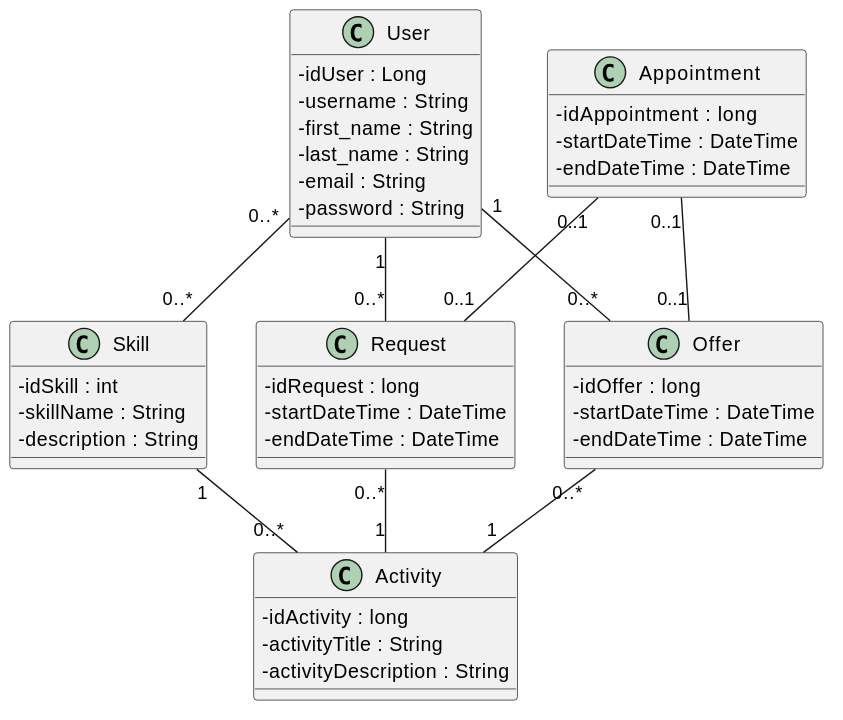
Earlier version of the PlantUML export Modelisation/02_CLASS_DIAGRAM/02_Class_Digram.svg (albanmartel/SkillsExchange).
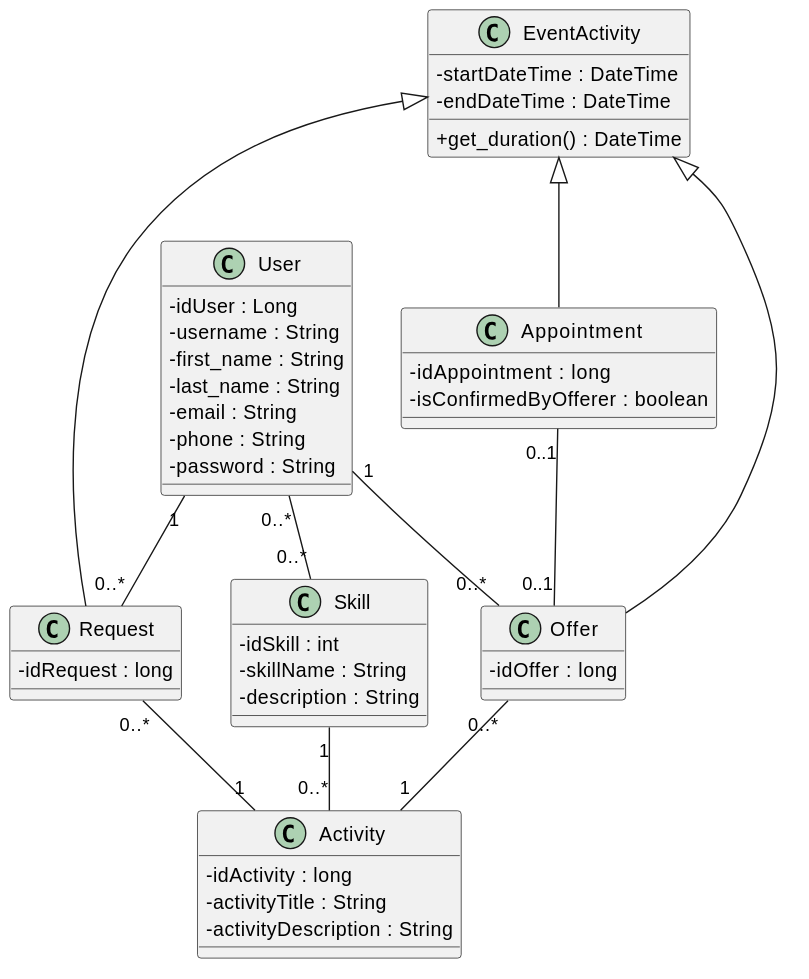
Later version of the same file.

Commit message:
UPDATE '02_Class_Digram' mise à jour des formats alternatifs du modèle '02_Class_Digram'.

Diff of the diagram source:
```diff
@@ -7,6 +7,7 @@
   - first_name : String
   - last_name : String
   - email : String
+  - phone : String
   - password : String
 }
 
@@ -22,30 +23,34 @@
   - activityDescription : String
 }
 
+class EventActivity {
+  - startDateTime : DateTime
+  - endDateTime : DateTime
+  + get_duration() : DateTime
+}
+
 class Offer {
   - idOffer : long
-  - startDateTime : DateTime
-  - endDateTime : DateTime
 }
 
 class Appointment{
   - idAppointment : long
-  - startDateTime : DateTime
-  - endDateTime : DateTime
+  - isConfirmedByOfferer : boolean
 }
 
 class Request {
   - idRequest : long
-  - startDateTime : DateTime
-  - endDateTime : DateTime
 }
 
+EventActivity <|-- Offer
+EventActivity <|-- Appointment
+EventActivity <|-- Request
+
 User "0..*" -- "0..*" Skill
+Skill "1" -- "0..*" Activity
 User "1" -- "0..*" Offer
 User "1" -- "0..*" Request
-Skill "1" -- "0..*" Activity
-Appointment "0..1" -- "0..1" Offer
-Appointment "0..1" -- "0..1" Request
 Offer "0..*" -- "1" Activity
 Request "0..*" -- "1" Activity
+Appointment "0..1" -- "0..1" Offer
 @enduml
```
